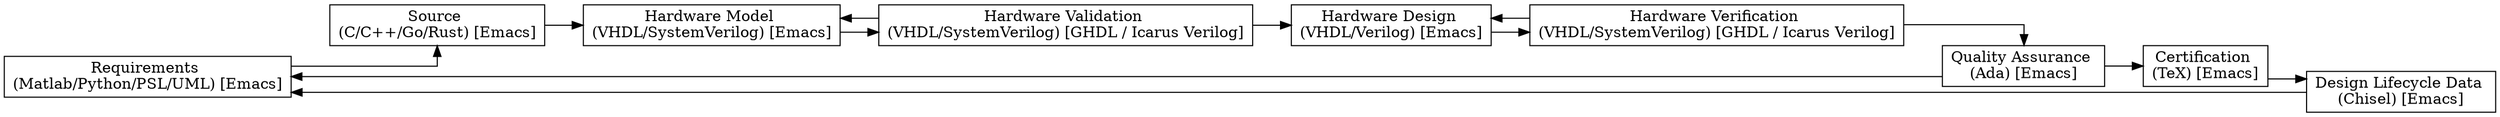
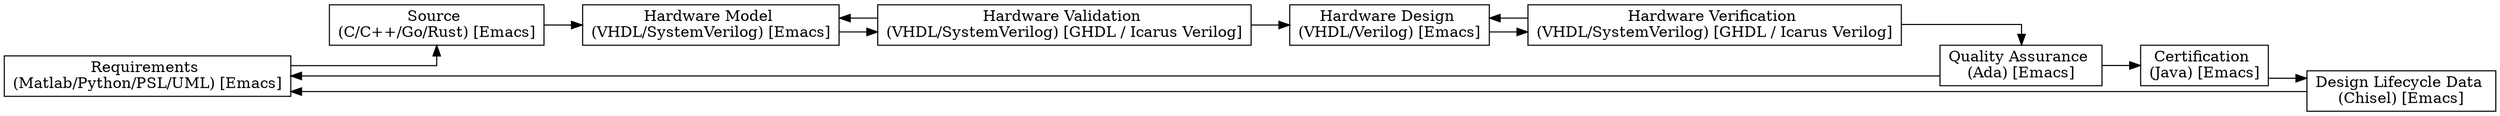
digraph Project {
  // Introduction
  graph [rankdir = LR, splines=ortho];
  node[shape=record];

  // Blocks
  Requirements[label="Requirements \n(Matlab/Python/PSL/UML) [Emacs]"];
  Source[label="Source \n(C/C++/Go/Rust) [Emacs]"];
  Model[label="Hardware Model \n(VHDL/SystemVerilog) [Emacs]"];
  Validation[label="Hardware Validation \n(VHDL/SystemVerilog) [GHDL / Icarus Verilog]"];
  Design[label="Hardware Design \n(VHDL/Verilog) [Emacs]"];
  Verification[label="Hardware Verification \n(VHDL/SystemVerilog) [GHDL / Icarus Verilog]"];
  Quality[label="Quality Assurance \n(Ada) [Emacs]"];
-   Certification[label="Certification \n(TeX) [Emacs]"];
+   Certification[label="Certification \n(Java) [Emacs]"];
  Lifecycle[label="Design Lifecycle Data \n(Chisel) [Emacs]"];

  // Sequence
  Requirements -> Source;
  Source -> Model;
  Model -> Validation;
  Validation -> Design;
  Design -> Verification;
  Verification -> Quality;
  Quality -> Certification;
  Certification -> Lifecycle;
  Lifecycle -> Requirements;

  // Feedback
  Validation -> Model;
  Verification -> Design;
  Quality -> Requirements;
}
